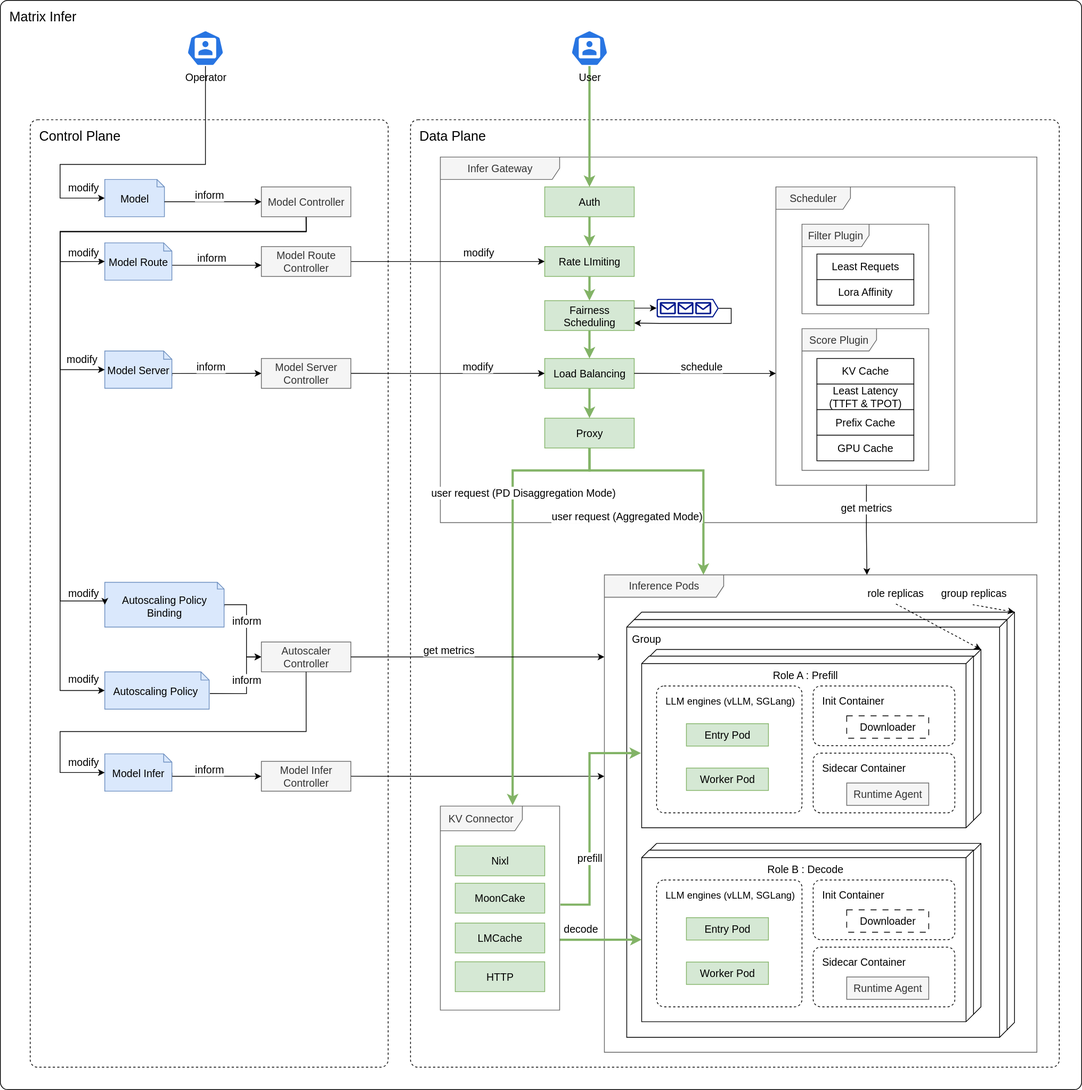
This is docs/matrixinfer/static/img/diagrams/architecture/architecture_overview.svg from matrixinfer-ai/kthena, a draw.io export, as it was before one commit. Source tidied: cells renumbered, new cells last; positions are measured from the earlier drawing's top-left corner, leaving out a move shared by most shapes.
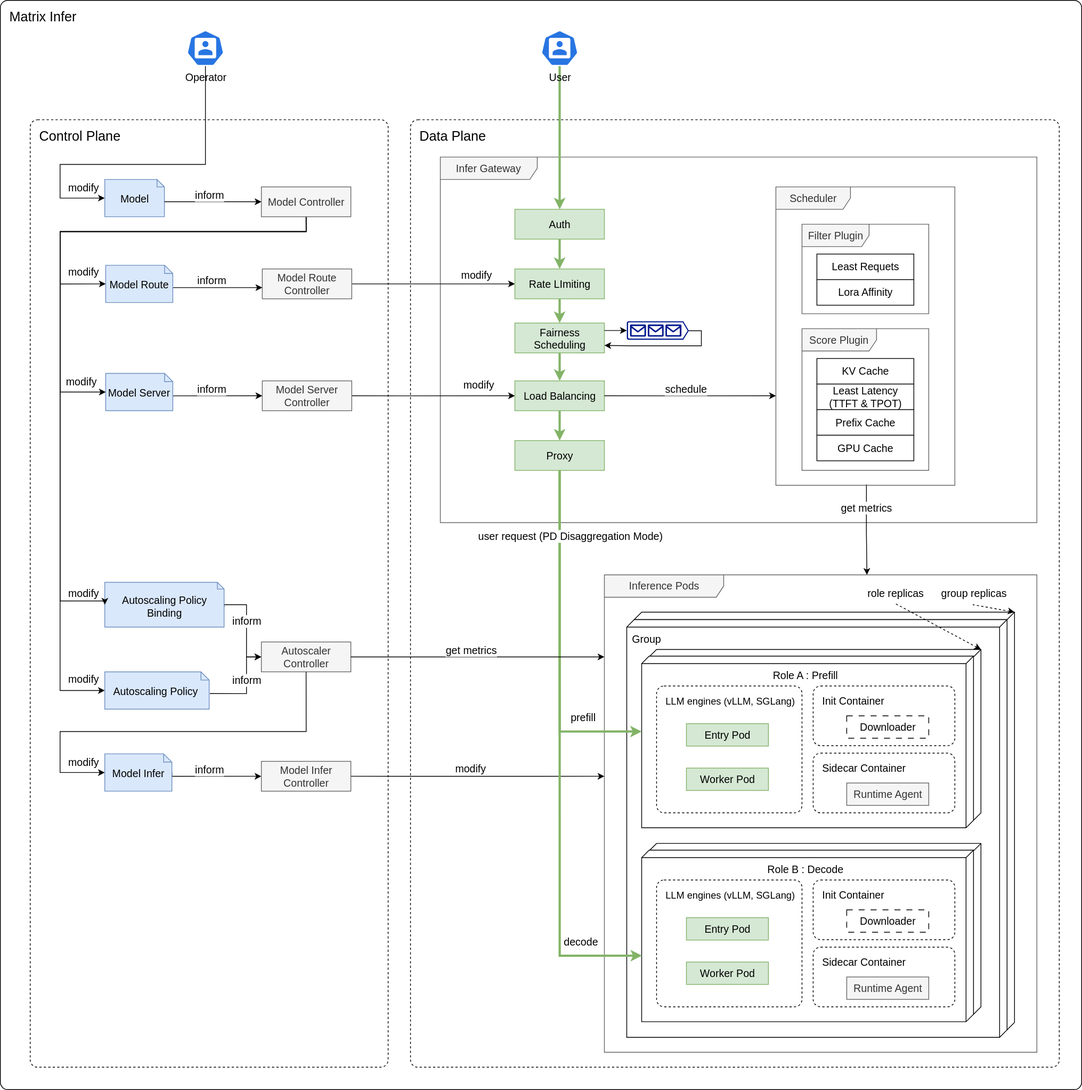
After the change.

Commit message:
remove kv connector diagram

Change to the diagram source:
```diff
@@ -11,7 +11,7 @@
     <mxCell id="4" value="&lt;font style=&quot;font-size: 18px;&quot;&gt;Control Plane&lt;/font&gt;" style="dashed=1;rounded=1;absoluteArcSize=1;arcSize=20;html=1;verticalAlign=top;align=left;spacingTop=5;spacingLeft=10;whiteSpace=wrap;fontSize=14;" parent="1" vertex="1">
       <mxGeometry x="40" y="160" width="480" height="1270" as="geometry" />
     </mxCell>
-    <mxCell id="5" value="Infer Gateway" style="shape=umlFrame;whiteSpace=wrap;html=1;width=160;fillStyle=solid;fillColor=#f5f5f5;fontColor=#333333;strokeColor=#666666;fontSize=14;" parent="1" vertex="1">
+    <mxCell id="5" value="Infer Gateway" style="shape=umlFrame;whiteSpace=wrap;html=1;width=130;fillStyle=solid;fillColor=#f5f5f5;fontColor=#333333;strokeColor=#666666;fontSize=14;height=30;" parent="1" vertex="1">
       <mxGeometry x="590" y="210" width="800" height="490" as="geometry" />
     </mxCell>
     <mxCell id="6" value="Inference Pods" style="shape=umlFrame;whiteSpace=wrap;html=1;width=160;fillColor=#f5f5f5;fontColor=#333333;strokeColor=#666666;fontSize=14;" parent="1" vertex="1">
@@ -93,7 +93,7 @@
       <mxGeometry relative="1" as="geometry" />
     </mxCell>
     <mxCell id="32" value="User" style="sketch=0;html=1;dashed=0;whitespace=wrap;verticalLabelPosition=bottom;verticalAlign=top;fillColor=#2875E2;strokeColor=#ffffff;points=[[0.005,0.63,0],[0.1,0.2,0],[0.9,0.2,0],[0.5,0,0],[0.995,0.63,0],[0.72,0.99,0],[0.5,1,0],[0.28,0.99,0]];shape=mxgraph.kubernetes.icon2;prIcon=user;fontSize=14;" parent="1" vertex="1">
-      <mxGeometry x="765" y="40" width="50" height="48" as="geometry" />
+      <mxGeometry x="725" y="40" width="50" height="48" as="geometry" />
     </mxCell>
     <mxCell id="33" style="edgeStyle=orthogonalEdgeStyle;rounded=0;jettySize=auto;html=1;exitX=1;exitY=0.5;exitDx=0;exitDy=0;entryX=0;entryY=0.5;entryDx=0;entryDy=0;fontSize=14;" parent="1" edge="1" source="35" target="89">
       <mxGeometry relative="1" as="geometry" />
@@ -104,7 +104,7 @@
       </mxGeometry>
     </mxCell>
     <mxCell id="35" value="Model Route&lt;div&gt;Controller&lt;/div&gt;" style="fontStyle=0;html=1;whiteSpace=wrap;fillColor=#f5f5f5;fontColor=#333333;strokeColor=#666666;fontSize=14;" parent="1" vertex="1">
-      <mxGeometry x="350" y="330" width="120" height="40" as="geometry" />
+      <mxGeometry x="351.2" y="360" width="120" height="40" as="geometry" />
     </mxCell>
     <mxCell id="36" style="edgeStyle=orthogonalEdgeStyle;rounded=0;jettySize=auto;html=1;exitX=0;exitY=0;exitDx=160;exitDy=33;exitPerimeter=0;entryX=0;entryY=0.5;entryDx=0;entryDy=0;fontSize=14;" parent="1" edge="1" source="38" target="84">
       <mxGeometry relative="1" as="geometry">
@@ -139,9 +139,9 @@
     </mxCell>
     <mxCell id="42" style="edgeStyle=orthogonalEdgeStyle;rounded=0;jettySize=auto;html=1;fontSize=14;" parent="1" edge="1" source="44">
       <mxGeometry relative="1" as="geometry">
-        <mxPoint x="350" y="355" as="targetPoint" />
+        <mxPoint x="351.2" y="385" as="targetPoint" />
         <Array as="points">
-          <mxPoint x="350" y="355" />
+          <mxPoint x="351.2" y="385" />
         </Array>
       </mxGeometry>
     </mxCell>
@@ -151,12 +151,12 @@
       </mxGeometry>
     </mxCell>
     <mxCell id="44" value="Model Route" style="shape=note2;boundedLbl=1;whiteSpace=wrap;html=1;size=11;verticalAlign=top;align=center;fillColor=#dae8fc;strokeColor=#6c8ebf;fontSize=14;" parent="1" vertex="1">
-      <mxGeometry x="140" y="325" width="90" height="50" as="geometry" />
+      <mxGeometry x="141.2" y="355" width="90" height="50" as="geometry" />
     </mxCell>
     <mxCell id="45" style="edgeStyle=orthogonalEdgeStyle;rounded=0;jettySize=auto;html=1;exitX=0;exitY=0;exitDx=90;exitDy=33.5;exitPerimeter=0;entryX=0;entryY=0.5;entryDx=0;entryDy=0;fontSize=14;" parent="1" edge="1" source="47" target="83">
       <mxGeometry relative="1" as="geometry">
         <Array as="points">
-          <mxPoint x="230" y="500" />
+          <mxPoint x="231.2" y="530" />
         </Array>
       </mxGeometry>
     </mxCell>
@@ -166,13 +166,18 @@
       </mxGeometry>
     </mxCell>
     <mxCell id="47" value="Model Server" style="shape=note2;boundedLbl=1;whiteSpace=wrap;html=1;size=11;verticalAlign=top;align=center;fillColor=#dae8fc;strokeColor=#6c8ebf;fontSize=14;" parent="1" vertex="1">
-      <mxGeometry x="140" y="470" width="90" height="50" as="geometry" />
+      <mxGeometry x="141.2" y="500" width="90" height="50" as="geometry" />
     </mxCell>
     <mxCell id="48" style="edgeStyle=orthogonalEdgeStyle;rounded=0;jettySize=auto;html=1;exitX=1;exitY=0.5;exitDx=0;exitDy=0;fontSize=14;" parent="1" edge="1" source="82">
       <mxGeometry relative="1" as="geometry">
         <mxPoint x="810" y="1040" as="targetPoint" />
       </mxGeometry>
     </mxCell>
+    <mxCell id="118" value="&lt;font&gt;modify&lt;/font&gt;" style="edgeLabel;html=1;align=center;verticalAlign=middle;fontSize=14;" parent="48" vertex="1">
+      <mxGeometry x="-0.38" y="-3" relative="1" as="geometry">
+        <mxPoint x="54" y="-14" as="offset" />
+      </mxGeometry>
+    </mxCell>
     <mxCell id="49" style="edgeStyle=orthogonalEdgeStyle;rounded=0;jettySize=auto;html=1;exitX=0.5;exitY=1;exitDx=0;exitDy=0;entryX=0;entryY=1;entryDx=0;entryDy=0;fontSize=14;" parent="1" edge="1" source="78">
       <mxGeometry relative="1" as="geometry">
         <mxPoint x="140" y="925" as="targetPoint" />
@@ -208,7 +213,7 @@
         <Array as="points">
           <mxPoint x="410" y="310" />
           <mxPoint x="80" y="310" />
-          <mxPoint x="80" y="350" />
+          <mxPoint x="80" y="380" />
         </Array>
       </mxGeometry>
     </mxCell>
@@ -222,7 +227,7 @@
         <Array as="points">
           <mxPoint x="410" y="310" />
           <mxPoint x="80" y="310" />
-          <mxPoint x="80" y="495" />
+          <mxPoint x="80" y="525" />
         </Array>
       </mxGeometry>
     </mxCell>
@@ -235,10 +240,10 @@
       <mxGeometry relative="1" as="geometry" />
     </mxCell>
     <mxCell id="58" value="Auth" style="fontStyle=0;html=1;whiteSpace=wrap;fillColor=#d5e8d4;strokeColor=#82b366;fontSize=14;" parent="1" vertex="1">
-      <mxGeometry x="730" y="250" width="120" height="40" as="geometry" />
+      <mxGeometry x="690" y="280" width="120" height="40" as="geometry" />
     </mxCell>
     <mxCell id="59" value="Proxy" style="fontStyle=0;html=1;whiteSpace=wrap;fillColor=#d5e8d4;strokeColor=#82b366;fontSize=14;" parent="1" vertex="1">
-      <mxGeometry x="730" y="560" width="120" height="40" as="geometry" />
+      <mxGeometry x="690" y="590" width="120" height="40" as="geometry" />
     </mxCell>
     <mxCell id="60" style="edgeStyle=orthogonalEdgeStyle;rounded=0;jettySize=auto;html=1;exitX=0.5;exitY=1;exitDx=0;exitDy=0;exitPerimeter=0;entryX=0;entryY=0.5;entryDx=0;entryDy=0;entryPerimeter=0;fontSize=14;" parent="1" edge="1" source="61" target="75">
       <mxGeometry relative="1" as="geometry">
@@ -255,58 +260,27 @@
     <mxCell id="62" style="edgeStyle=orthogonalEdgeStyle;rounded=0;jettySize=auto;html=1;exitX=0.5;exitY=1;exitDx=0;exitDy=0;entryX=0.5;entryY=0;entryDx=0;entryDy=0;fillColor=#d5e8d4;strokeColor=#82b366;strokeWidth=3;fontSize=14;" parent="1" edge="1" source="90" target="59">
       <mxGeometry relative="1" as="geometry" />
     </mxCell>
-    <mxCell id="63" style="edgeStyle=orthogonalEdgeStyle;rounded=0;jettySize=auto;html=1;exitX=0.5;exitY=1;exitDx=0;exitDy=0;entryX=0.229;entryY=0;entryDx=0;entryDy=0;entryPerimeter=0;fillColor=#d5e8d4;strokeColor=#82b366;strokeWidth=3;fontSize=14;" parent="1" edge="1" source="59" target="6">
-      <mxGeometry relative="1" as="geometry">
-        <Array as="points">
-          <mxPoint x="790" y="630" />
-          <mxPoint x="943" y="630" />
-        </Array>
-      </mxGeometry>
+    <mxCell id="63" style="edgeStyle=orthogonalEdgeStyle;rounded=0;jettySize=auto;html=1;exitX=0.5;exitY=1;exitDx=0;exitDy=0;entryX=0.615;entryY=0.999;entryDx=0;entryDy=0;entryPerimeter=0;fillColor=#d5e8d4;strokeColor=#82b366;strokeWidth=3;fontSize=14;" parent="1" edge="1" source="59" target="19">
+      <mxGeometry relative="1" as="geometry" />
     </mxCell>
-    <mxCell id="64" value="user request (Aggregated Mode)" style="edgeLabel;html=1;align=center;verticalAlign=middle;fontSize=14;" parent="63" vertex="1">
-      <mxGeometry x="0.35" y="-3" relative="1" as="geometry">
-        <mxPoint x="-100" y="26" as="offset" />
-      </mxGeometry>
-    </mxCell>
     <mxCell id="65" style="edgeStyle=orthogonalEdgeStyle;rounded=0;jettySize=auto;html=1;exitX=1;exitY=0.5;exitDx=0;exitDy=0;entryX=0;entryY=0.5;entryDx=0;entryDy=0;fontSize=14;" parent="1" edge="1" source="83" target="90">
       <mxGeometry relative="1" as="geometry">
         <Array as="points">
-          <mxPoint x="600" y="500" />
-          <mxPoint x="600" y="500" />
+          <mxPoint x="540" y="530" />
+          <mxPoint x="540" y="530" />
         </Array>
       </mxGeometry>
     </mxCell>
     <mxCell id="66" value="modify" style="edgeLabel;html=1;align=center;verticalAlign=middle;fontSize=14;" parent="65" vertex="1">
       <mxGeometry x="0.22" relative="1" as="geometry">
-        <mxPoint x="11" y="-10" as="offset" />
+        <mxPoint x="35" y="-16" as="offset" />
       </mxGeometry>
     </mxCell>
-    <mxCell id="67" style="edgeStyle=orthogonalEdgeStyle;rounded=0;jettySize=auto;html=1;exitX=0.565;exitY=1.002;exitDx=0;exitDy=0;exitPerimeter=0;entryX=1.006;entryY=0.483;entryDx=0;entryDy=0;entryPerimeter=0;endArrow=none;endFill=0;startArrow=classic;startFill=1;fillColor=#d5e8d4;strokeColor=#82b366;strokeWidth=3;fontSize=14;" parent="1" edge="1" source="10" target="100">
-      <mxGeometry relative="1" as="geometry">
-        <Array as="points">
-          <mxPoint x="790" y="1009" />
-          <mxPoint x="790" y="1212" />
-        </Array>
-      </mxGeometry>
-    </mxCell>
-    <mxCell id="68" value="prefill" style="edgeLabel;html=1;align=center;verticalAlign=middle;fontSize=14;" parent="67" vertex="1">
-      <mxGeometry x="0.34" y="-1" relative="1" as="geometry" />
-    </mxCell>
-    <mxCell id="69" style="edgeStyle=orthogonalEdgeStyle;rounded=0;jettySize=auto;html=1;fillColor=#d5e8d4;strokeColor=#82b366;strokeWidth=3;exitX=1;exitY=0.655;exitDx=0;exitDy=0;exitPerimeter=0;fontSize=14;" parent="1" edge="1" source="100">
-      <mxGeometry relative="1" as="geometry">
-        <mxPoint x="860" y="1259" as="targetPoint" />
-      </mxGeometry>
-    </mxCell>
-    <mxCell id="70" value="decode" style="edgeLabel;html=1;align=center;verticalAlign=middle;fontSize=14;" parent="69" vertex="1">
-      <mxGeometry x="-0.66" y="-1" relative="1" as="geometry">
-        <mxPoint x="9" y="-16" as="offset" />
-      </mxGeometry>
-    </mxCell>
-    <mxCell id="71" style="edgeStyle=orthogonalEdgeStyle;rounded=0;jettySize=auto;html=1;exitX=0.5;exitY=1;exitDx=0;exitDy=0;entryX=0.606;entryY=-0.004;entryDx=0;entryDy=0;entryPerimeter=0;fillColor=#d5e8d4;strokeColor=#82b366;strokeWidth=3;fontSize=14;" parent="1" edge="1" source="59" target="100">
+    <mxCell id="71" style="edgeStyle=orthogonalEdgeStyle;rounded=0;jettySize=auto;html=1;exitX=0.5;exitY=1;exitDx=0;exitDy=0;fillColor=#d5e8d4;strokeColor=#82b366;strokeWidth=3;fontSize=14;" parent="1" edge="1" source="59">
       <mxGeometry relative="1" as="geometry">
+        <mxPoint x="860" y="980" as="targetPoint" />
         <Array as="points">
-          <mxPoint x="790" y="630" />
-          <mxPoint x="687" y="630" />
+          <mxPoint x="750" y="980" />
         </Array>
       </mxGeometry>
     </mxCell>
@@ -315,6 +289,11 @@
         <mxPoint x="13" y="-200" as="offset" />
       </mxGeometry>
     </mxCell>
+    <mxCell id="68" value="&lt;font&gt;prefill&lt;/font&gt;" style="edgeLabel;html=1;align=center;verticalAlign=middle;fontSize=14;" parent="71" vertex="1">
+      <mxGeometry x="0.66" relative="1" as="geometry">
+        <mxPoint x="-1" y="-20" as="offset" />
+      </mxGeometry>
+    </mxCell>
     <mxCell id="73" style="edgeStyle=orthogonalEdgeStyle;rounded=0;jettySize=auto;html=1;exitX=0.506;exitY=0.997;exitDx=0;exitDy=0;exitPerimeter=0;entryX=0.607;entryY=0;entryDx=0;entryDy=0;entryPerimeter=0;fontSize=14;" parent="1" edge="1" source="92" target="6">
       <mxGeometry relative="1" as="geometry" />
     </mxCell>
@@ -363,7 +342,7 @@
       <mxGeometry x="350" y="1020" width="120" height="40" as="geometry" />
     </mxCell>
     <mxCell id="83" value="Model Server Controller" style="fontStyle=0;html=1;whiteSpace=wrap;fillColor=#f5f5f5;fontColor=#333333;strokeColor=#666666;fontSize=14;" parent="1" vertex="1">
-      <mxGeometry x="350" y="480" width="120" height="40" as="geometry" />
+      <mxGeometry x="351.2" y="510" width="120" height="40" as="geometry" />
     </mxCell>
     <mxCell id="84" value="Autoscaler Controller" style="fontStyle=0;html=1;whiteSpace=wrap;fillColor=#f5f5f5;fontColor=#333333;strokeColor=#666666;fontSize=14;" parent="1" vertex="1">
       <mxGeometry x="350" y="860" width="120" height="40" as="geometry" />
@@ -382,17 +361,14 @@
         <mxPoint x="-104" y="40" as="offset" />
       </mxGeometry>
     </mxCell>
-    <mxCell id="87" style="group;fontSize=14;" parent="1" vertex="1">
-      <mxGeometry x="590" y="1080" width="190" height="273.4" as="geometry" />
-    </mxCell>
     <mxCell id="88" style="edgeStyle=orthogonalEdgeStyle;rounded=0;jettySize=auto;html=1;exitX=0.5;exitY=1;exitDx=0;exitDy=0;entryX=0.5;entryY=0;entryDx=0;entryDy=0;fillColor=#d5e8d4;strokeColor=#82b366;strokeWidth=3;fontSize=14;" parent="1" edge="1" source="89" target="98">
       <mxGeometry relative="1" as="geometry" />
     </mxCell>
     <mxCell id="89" value="Rate LImiting" style="fontStyle=0;html=1;whiteSpace=wrap;fillColor=#d5e8d4;strokeColor=#82b366;fontSize=14;" parent="1" vertex="1">
-      <mxGeometry x="730" y="330" width="120" height="40" as="geometry" />
+      <mxGeometry x="690" y="360" width="120" height="40" as="geometry" />
     </mxCell>
     <mxCell id="90" value="Load Balancing" style="fontStyle=0;html=1;whiteSpace=wrap;fillColor=#d5e8d4;strokeColor=#82b366;fontSize=14;" parent="1" vertex="1">
-      <mxGeometry x="730" y="480" width="120" height="40" as="geometry" />
+      <mxGeometry x="690" y="510" width="120" height="40" as="geometry" />
     </mxCell>
     <mxCell id="91" style="edgeStyle=orthogonalEdgeStyle;rounded=0;jettySize=auto;html=1;exitX=0.5;exitY=1;exitDx=0;exitDy=0;entryX=0.5;entryY=0;entryDx=0;entryDy=0;fillColor=#d5e8d4;strokeColor=#82b366;strokeWidth=3;fontSize=14;" parent="1" edge="1" source="98" target="90">
       <mxGeometry relative="1" as="geometry" />
@@ -402,10 +378,7 @@
     </mxCell>
     <mxCell id="93" style="edgeStyle=orthogonalEdgeStyle;rounded=0;jettySize=auto;html=1;exitX=1;exitY=0.5;exitDx=0;exitDy=0;fontSize=14;" parent="1" edge="1" source="90">
       <mxGeometry relative="1" as="geometry">
-        <mxPoint x="1040" y="500" as="targetPoint" />
-        <Array as="points">
-          <mxPoint x="1037" y="500" />
-        </Array>
+        <mxPoint x="1040" y="530" as="targetPoint" />
       </mxGeometry>
     </mxCell>
     <mxCell id="94" value="schedule" style="edgeLabel;html=1;align=center;verticalAlign=middle;fontSize=14;" parent="93" vertex="1">
@@ -414,7 +387,7 @@
       </mxGeometry>
     </mxCell>
     <mxCell id="95" style="group;fontSize=14;" parent="1" vertex="1">
-      <mxGeometry x="730" y="400" width="250" height="42.5" as="geometry" />
+      <mxGeometry x="690" y="430" width="250" height="42.5" as="geometry" />
     </mxCell>
     <mxCell id="96" style="edgeStyle=orthogonalEdgeStyle;rounded=0;jettySize=auto;html=1;exitX=1;exitY=0.51;exitDx=0;exitDy=0;exitPerimeter=0;entryX=1;entryY=0.75;entryDx=0;entryDy=0;fontSize=14;" parent="95" edge="1" source="97" target="98">
       <mxGeometry relative="1" as="geometry">
@@ -434,21 +407,6 @@
     <mxCell id="99" style="edgeStyle=orthogonalEdgeStyle;rounded=0;jettySize=auto;html=1;exitX=1;exitY=0.25;exitDx=0;exitDy=0;entryX=0;entryY=0.5;entryDx=0;entryDy=0;entryPerimeter=0;startArrow=none;startFill=0;fontSize=14;" parent="95" edge="1" source="98" target="97">
       <mxGeometry relative="1" as="geometry" />
     </mxCell>
-    <mxCell id="100" value="KV Connector" style="shape=umlFrame;whiteSpace=wrap;html=1;width=110;height=33;fillColor=#f5f5f5;fontColor=#333333;strokeColor=#666666;fontSize=14;" parent="1" vertex="1">
-      <mxGeometry x="590" y="1080" width="160" height="273.4" as="geometry" />
-    </mxCell>
-    <mxCell id="101" value="HTTP" style="fontStyle=0;html=1;whiteSpace=wrap;fillColor=#d5e8d4;strokeColor=#82b366;fontSize=14;" parent="1" vertex="1">
-      <mxGeometry x="610" y="1288.7" width="120" height="40" as="geometry" />
-    </mxCell>
-    <mxCell id="102" value="MoonCake" style="fontStyle=0;html=1;whiteSpace=wrap;fillColor=#d5e8d4;strokeColor=#82b366;fontSize=14;" parent="1" vertex="1">
-      <mxGeometry x="610" y="1183.4" width="120" height="40" as="geometry" />
-    </mxCell>
-    <mxCell id="103" value="LMCache" style="fontStyle=0;html=1;whiteSpace=wrap;fillColor=#d5e8d4;strokeColor=#82b366;fontSize=14;" parent="1" vertex="1">
-      <mxGeometry x="610" y="1236.7" width="120" height="40" as="geometry" />
-    </mxCell>
-    <mxCell id="104" value="Nixl" style="fontStyle=0;html=1;whiteSpace=wrap;fillColor=#d5e8d4;strokeColor=#82b366;fontSize=14;" parent="1" vertex="1">
-      <mxGeometry x="610" y="1133.4" width="120" height="40" as="geometry" />
-    </mxCell>
     <mxCell id="105" value="modify" style="edgeLabel;html=1;align=center;verticalAlign=middle;fontSize=14;" parent="1" vertex="1">
       <mxGeometry x="110" y="250" as="geometry" />
     </mxCell>
@@ -459,7 +417,7 @@
     </mxCell>
     <mxCell id="107" value="get metrics" style="edgeLabel;html=1;align=center;verticalAlign=middle;fontSize=14;" parent="106" vertex="1">
       <mxGeometry x="-0.33" y="-2" relative="1" as="geometry">
-        <mxPoint x="16" y="-12" as="offset" />
+        <mxPoint x="46" y="-12" as="offset" />
       </mxGeometry>
     </mxCell>
     <mxCell id="108" value="Score Plugin" style="shape=umlFrame;whiteSpace=wrap;html=1;width=100;height=30;fillColor=#f5f5f5;fontColor=#333333;strokeColor=#666666;fontSize=14;" parent="1" vertex="1">
@@ -492,5 +450,10 @@
     <mxCell id="117" value="GPU Cache" style="fontStyle=0;html=1;whiteSpace=wrap;fontSize=14;" parent="113" vertex="1">
       <mxGeometry y="102.9" width="130" height="34.3" as="geometry" />
     </mxCell>
+    <mxCell id="70" value="&lt;font&gt;decode&lt;/font&gt;" style="edgeLabel;html=1;align=center;verticalAlign=middle;fontSize=14;" parent="1" vertex="1">
+      <mxGeometry x="780" y="1260" as="geometry">
+        <mxPoint x="-3" y="1" as="offset" />
+      </mxGeometry>
+    </mxCell>
   </root>
 </mxGraphModel>
```
